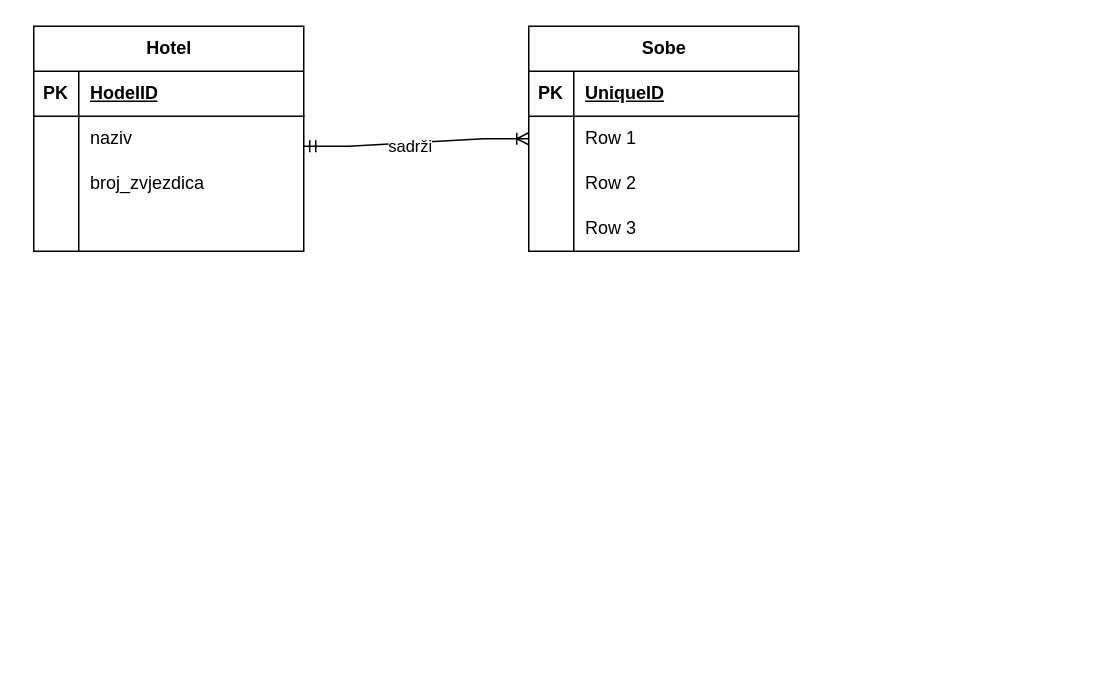
The draw.io diagram hotel_1_1.drawio in RankoSimic/baze_podataka, before the edit. Source tidied: cells renumbered, new cells numbered last; positions are measured from the earlier drawing's top-left corner, leaving out a move shared by most shapes. Both pictures are drawn from the tidied source at 150%, with x=0, y=0 at pixel (33, 26).
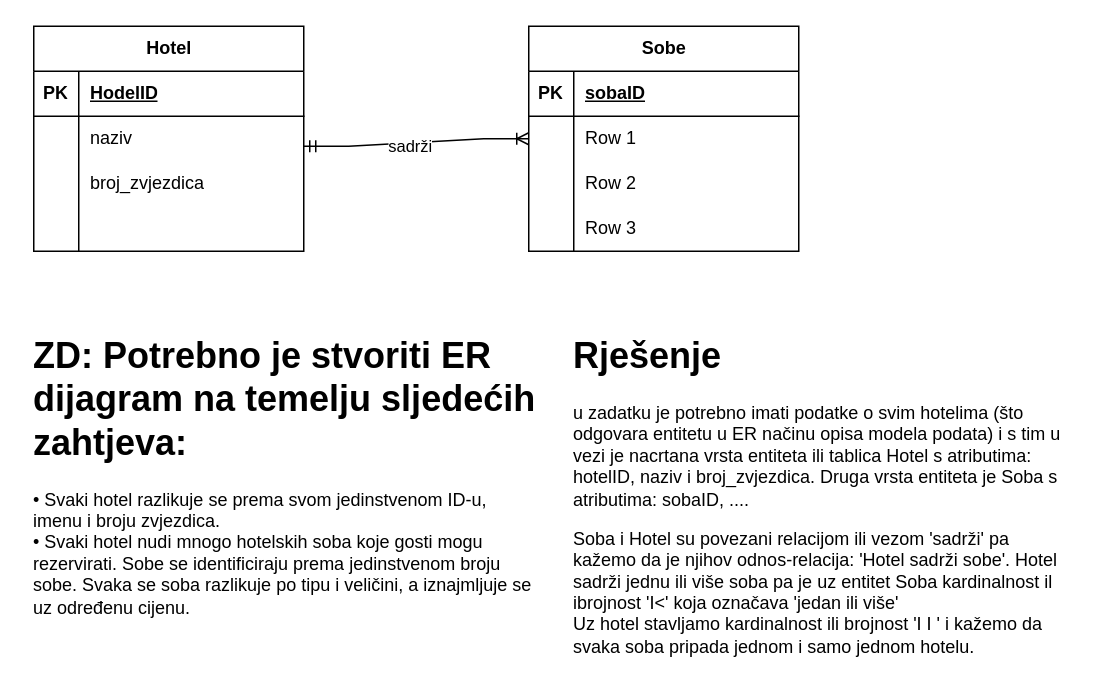
The same diagram, later.

The change refers to these unchanged cells:
```xml
<mxCell id="16" style="shape=tableRow;horizontal=0;startSize=0;swimlaneHead=0;swimlaneBody=0;fillColor=none;top=0;left=0;right=0;bottom=1;" parent="15" vertex="1">
  <mxGeometry y="30" width="180" height="30" as="geometry" />
</mxCell>
```

Diff of the diagram source:
```diff
@@
-    <mxCell id="18" value="UniqueID" style="shape=partialRectangle;fillColor=none;top=0;left=0;bottom=0;right=0;align=left;spacingLeft=6;fontStyle=5;overflow=hidden;whiteSpace=wrap;html=1;" parent="16" vertex="1">
+    <mxCell id="18" value="sobaID" style="shape=partialRectangle;fillColor=none;top=0;left=0;bottom=0;right=0;align=left;spacingLeft=6;fontStyle=5;overflow=hidden;whiteSpace=wrap;html=1;" parent="16" vertex="1">
       <mxGeometry x="30" width="150" height="30" as="geometry" />
     </mxCell>
@@
+    <mxCell id="30" value="&lt;h1&gt;ZD: Potrebno je stvoriti ER dijagram na temelju sljedećih zahtjeva:&lt;br&gt;&lt;/h1&gt;&lt;p&gt;• Svaki hotel razlikuje se prema svom jedinstvenom ID-u, imenu i broju zvjezdica.&lt;br&gt;• Svaki hotel nudi mnogo hotelskih soba koje gosti mogu rezervirati. Sobe se identificiraju prema jedinstvenom broju sobe. Svaka se soba razlikuje po tipu i veličini, a iznajmljuje se uz određenu cijenu.&lt;br&gt;&lt;br&gt;&lt;/p&gt;" style="text;html=1;strokeColor=none;fillColor=none;spacing=5;spacingTop=-20;whiteSpace=wrap;overflow=hidden;rounded=0;" parent="1" vertex="1">
+      <mxGeometry x="-5" y="200" width="345" height="210" as="geometry" />
+    </mxCell>
+    <mxCell id="31" value="&lt;h1&gt;Rješenje&lt;br&gt;&lt;/h1&gt;&lt;p&gt;u zadatku je potrebno imati podatke o svim hotelima (što odgovara entitetu u ER načinu opisa modela podata) i s tim u vezi je nacrtana vrsta entiteta ili tablica Hotel s atributima: hotelID, naziv i broj_zvjezdica. Druga vrsta entiteta je Soba s atributima: sobaID, ....&lt;/p&gt;&lt;div&gt;Soba i Hotel su povezani relacijom ili vezom 'sadrži' pa kažemo da je njihov odnos-relacija: 'Hotel sadrži sobe'. Hotel sadrži jednu ili više soba pa je uz entitet Soba kardinalnost il ibrojnost 'I&amp;lt;' koja označava 'jedan ili više'&amp;nbsp;&lt;/div&gt;&lt;div&gt;Uz hotel stavljamo kardinalnost ili brojnost 'I I ' i kažemo da svaka soba pripada jednom i samo jednom hotelu. &lt;br&gt;&lt;/div&gt;&lt;div&gt;&lt;br&gt;&lt;/div&gt;&lt;div&gt;&lt;br&gt; &lt;/div&gt;" style="text;html=1;strokeColor=none;fillColor=none;spacing=5;spacingTop=-20;whiteSpace=wrap;overflow=hidden;rounded=0;" parent="1" vertex="1">
+      <mxGeometry x="355" y="200" width="335" height="230" as="geometry" />
+    </mxCell>
```
